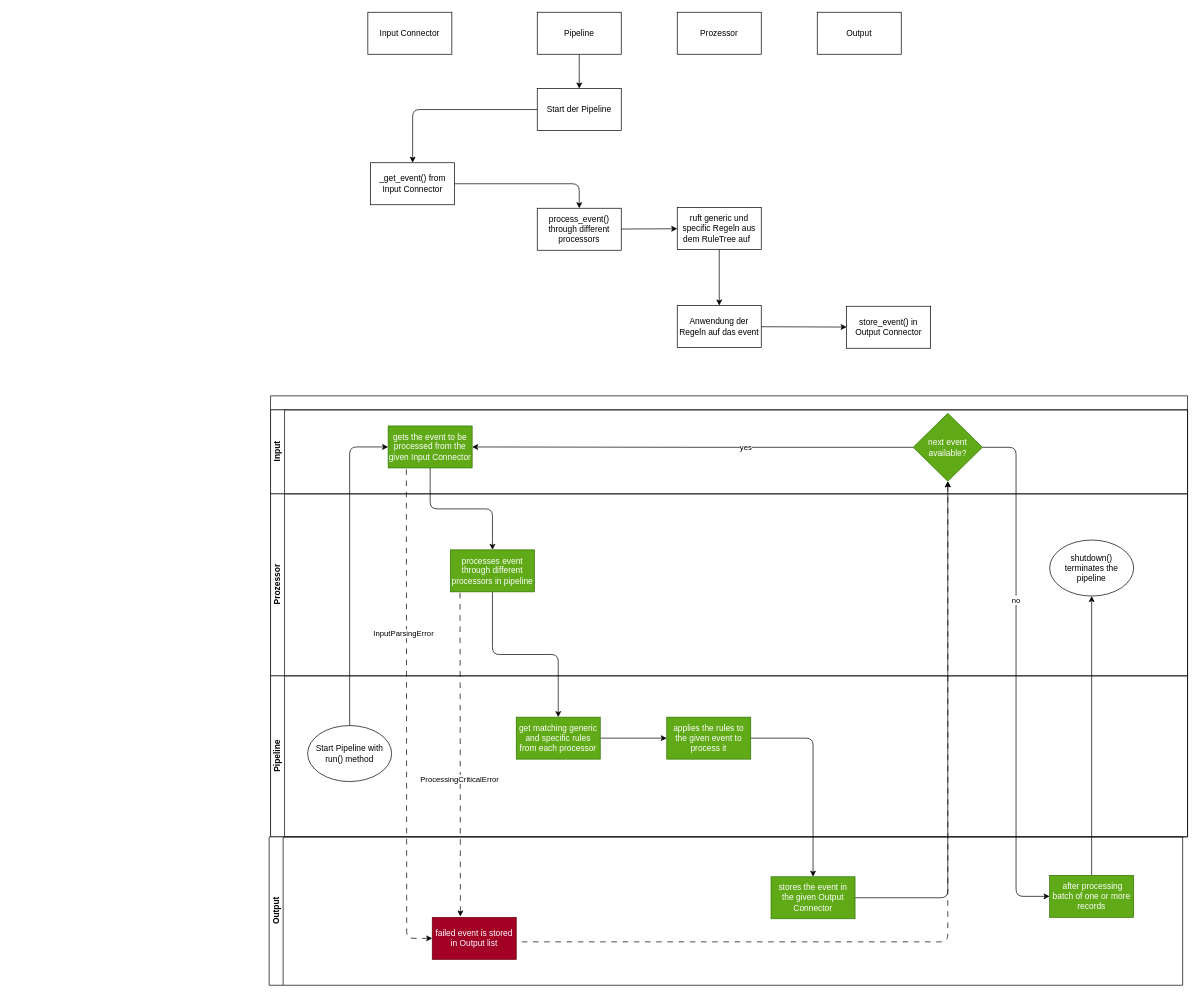
This is doc/source/development/architecture/diagramms/overview.drawio from fkie-cad/Logprep, a draw.io file, before an edit. Source tidied: cells renumbered, new cells numbered last; positions are measured from the earlier drawing's top-left corner, leaving out a move shared by most shapes. Both pictures are drawn from the tidied source at 70%, with x=0, y=0 at pixel (269, 12).
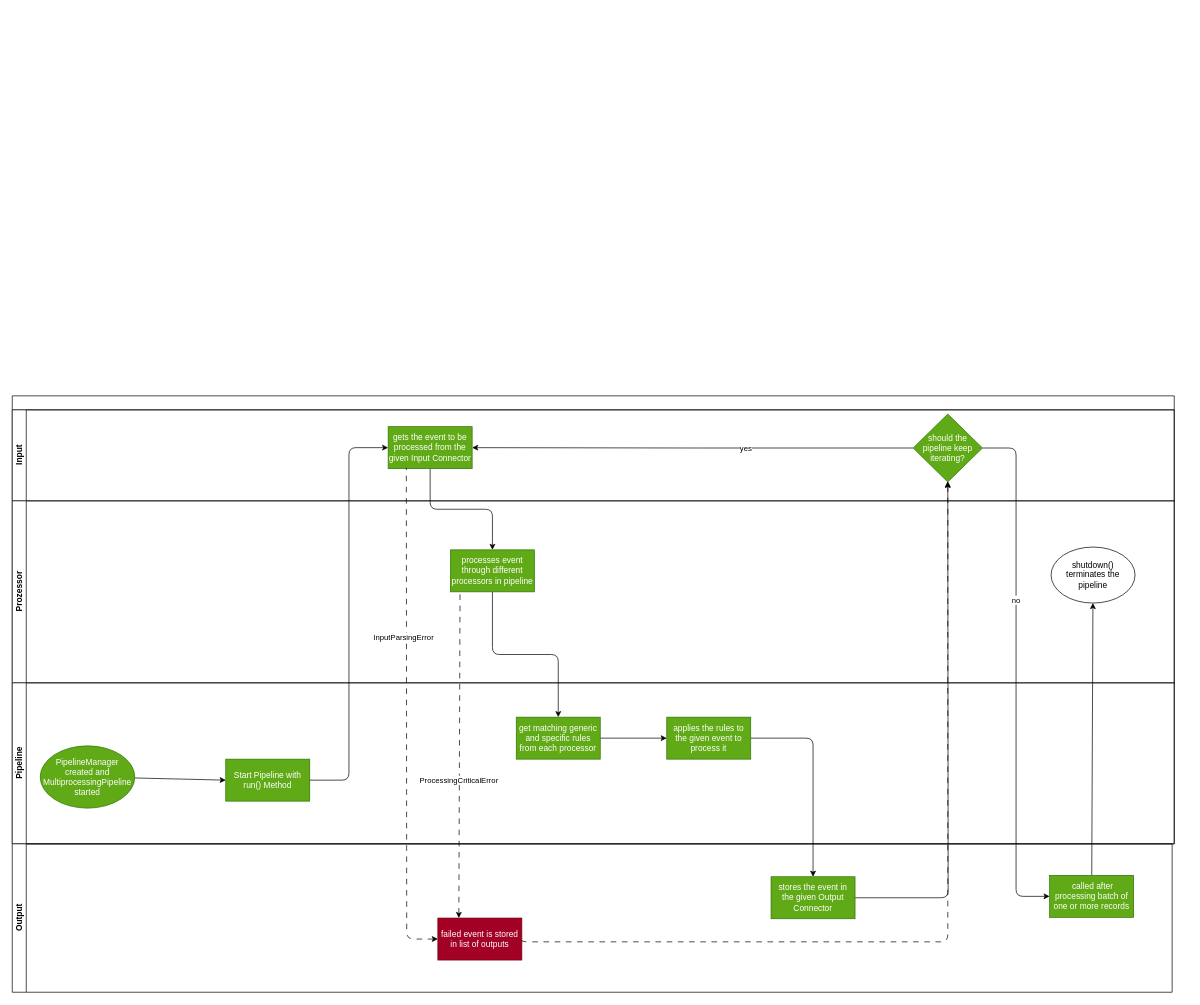
The same page after the edit.

Unchanged cells that the change refers to:
```xml
<mxCell id="38" value="stores the event in the given Output Connector" style="whiteSpace=wrap;html=1;fillColor=#60a917;fontColor=#ffffff;strokeColor=#2D7600;" parent="1" vertex="1">
  <mxGeometry x="717" y="1235" width="120" height="60" as="geometry" />
</mxCell>
```

Diff of the diagram source:
```diff
@@
-    <mxCell id="2" style="edgeStyle=orthogonalEdgeStyle;html=1;elbow=vertical;startArrow=none;endArrow=classic;endFill=1;exitX=0;exitY=0.5;exitDx=0;exitDy=0;" parent="1" edge="1" source="17" target="6">
-      <mxGeometry relative="1" as="geometry" />
-    </mxCell>
-    <mxCell id="3" style="edgeStyle=elbowEdgeStyle;html=1;elbow=vertical;startArrow=none;endArrow=classic;startFill=0;endFill=1;" parent="1" edge="1" source="4" target="17">
-      <mxGeometry relative="1" as="geometry" />
-    </mxCell>
-    <mxCell id="4" value="Pipeline" style="whiteSpace=wrap;html=1;align=center;newEdgeStyle={&quot;edgeStyle&quot;:&quot;elbowEdgeStyle&quot;,&quot;startArrow&quot;:&quot;none&quot;,&quot;endArrow&quot;:&quot;none&quot;};" parent="1" vertex="1">
-      <mxGeometry x="383" width="120" height="60" as="geometry" />
-    </mxCell>
-    <mxCell id="5" style="edgeStyle=orthogonalEdgeStyle;html=1;" parent="1" edge="1" source="6" target="8">
-      <mxGeometry relative="1" as="geometry" />
-    </mxCell>
-    <mxCell id="6" value="_get_event() from Input Connector" style="whiteSpace=wrap;html=1;" parent="1" vertex="1">
-      <mxGeometry x="145" y="215" width="120" height="60" as="geometry" />
-    </mxCell>
-    <mxCell id="7" style="edgeStyle=none;html=1;" parent="1" edge="1" source="8" target="14">
-      <mxGeometry relative="1" as="geometry" />
-    </mxCell>
-    <mxCell id="8" value="process_event() through different processors" style="whiteSpace=wrap;html=1;" parent="1" vertex="1">
-      <mxGeometry x="383" y="280" width="120" height="60" as="geometry" />
-    </mxCell>
-    <mxCell id="9" value="store_event() in Output Connector" style="whiteSpace=wrap;html=1;" parent="1" vertex="1">
-      <mxGeometry x="825" y="420" width="120" height="60" as="geometry" />
-    </mxCell>
-    <mxCell id="10" value="Input Connector" style="whiteSpace=wrap;html=1;align=center;newEdgeStyle={&quot;edgeStyle&quot;:&quot;elbowEdgeStyle&quot;,&quot;startArrow&quot;:&quot;none&quot;,&quot;endArrow&quot;:&quot;none&quot;};" parent="1" vertex="1">
-      <mxGeometry x="141" width="120" height="60" as="geometry" />
-    </mxCell>
-    <mxCell id="11" value="Prozessor" style="whiteSpace=wrap;html=1;" parent="1" vertex="1">
-      <mxGeometry x="583" width="120" height="60" as="geometry" />
-    </mxCell>
-    <mxCell id="12" value="Output" style="whiteSpace=wrap;html=1;" parent="1" vertex="1">
-      <mxGeometry x="783" width="120" height="60" as="geometry" />
-    </mxCell>
-    <mxCell id="13" style="edgeStyle=none;html=1;" parent="1" edge="1" source="14" target="16">
-      <mxGeometry relative="1" as="geometry" />
-    </mxCell>
-    <mxCell id="14" value="ruft generic und specific Regeln aus dem RuleTree auf&amp;nbsp;&amp;nbsp;" style="whiteSpace=wrap;html=1;" parent="1" vertex="1">
-      <mxGeometry x="583" y="279" width="120" height="60" as="geometry" />
-    </mxCell>
-    <mxCell id="15" style="edgeStyle=none;html=1;" parent="1" edge="1" source="16" target="9">
-      <mxGeometry relative="1" as="geometry" />
-    </mxCell>
-    <mxCell id="16" value="Anwendung der Regeln auf das event" style="whiteSpace=wrap;html=1;" parent="1" vertex="1">
-      <mxGeometry x="583" y="419" width="120" height="60" as="geometry" />
-    </mxCell>
-    <mxCell id="17" value="Start der Pipeline" style="whiteSpace=wrap;html=1;" parent="1" vertex="1">
-      <mxGeometry x="383" y="109" width="120" height="60" as="geometry" />
-    </mxCell>
     <mxCell id="18" value="&lt;br&gt;" style="swimlane;horizontal=1;startSize=20;html=1;" parent="1" vertex="1">
-      <mxGeometry x="2" y="548" width="1310" height="630" as="geometry" />
+      <mxGeometry x="-367" y="548" width="1660" height="640" as="geometry" />
     </mxCell>
     <mxCell id="19" value="Input" style="swimlane;startSize=20;horizontal=0;html=1;" parent="18" vertex="1">
-      <mxGeometry y="20" width="1310" height="120" as="geometry" />
+      <mxGeometry y="20" width="1660" height="130" as="geometry" />
     </mxCell>
-    <mxCell id="20" value="next event available?" style="rhombus;whiteSpace=wrap;html=1;fillColor=#60a917;fontColor=#ffffff;strokeColor=#2D7600;" parent="19" vertex="1">
-      <mxGeometry x="918" y="5" width="99" height="97" as="geometry" />
+    <mxCell id="20" value="should the pipeline keep iterating?" style="rhombus;whiteSpace=wrap;html=1;fillColor=#60a917;fontColor=#ffffff;strokeColor=#2D7600;" parent="19" vertex="1">
+      <mxGeometry x="1287" y="6" width="99" height="97" as="geometry" />
     </mxCell>
     <mxCell id="21" value="Prozessor" style="swimlane;startSize=20;horizontal=0;html=1;" parent="18" vertex="1">
-      <mxGeometry y="140" width="1310" height="260" as="geometry" />
+      <mxGeometry y="150" width="1660" height="260" as="geometry" />
     </mxCell>
     <mxCell id="22" value="Pipeline" style="swimlane;startSize=20;horizontal=0;html=1;" parent="18" vertex="1">
-      <mxGeometry y="400" width="1310" height="230" as="geometry" />
+      <mxGeometry y="410" width="1660" height="230" as="geometry" />
     </mxCell>
+    <mxCell id="49" style="edgeStyle=none;html=1;entryX=0;entryY=0.5;entryDx=0;entryDy=0;" parent="22" edge="1" source="23" target="50">
+      <mxGeometry relative="1" as="geometry" />
+    </mxCell>
-    <mxCell id="23" value="Start Pipeline with run() method" style="ellipse;whiteSpace=wrap;html=1;rounded=1;shadow=0;glass=0;sketch=0;" parent="22" vertex="1">
-      <mxGeometry x="53" y="71" width="120" height="80" as="geometry" />
+    <mxCell id="23" value="PipelineManager created and MultiprocessingPipeline started" style="ellipse;whiteSpace=wrap;html=1;rounded=1;shadow=0;glass=0;sketch=0;fillColor=#60a917;fontColor=#ffffff;strokeColor=#2D7600;" parent="22" vertex="1">
+      <mxGeometry x="40" y="90" width="135" height="89" as="geometry" />
     </mxCell>
+    <mxCell id="50" value="Start Pipeline with run() Method" style="rounded=0;whiteSpace=wrap;html=1;fillColor=#60a917;fontColor=#ffffff;strokeColor=#2D7600;" parent="22" vertex="1">
+      <mxGeometry x="305" y="109" width="120" height="60" as="geometry" />
+    </mxCell>
     <mxCell id="24" value="Output" style="swimlane;startSize=20;horizontal=0;html=1;" parent="1" vertex="1">
-      <mxGeometry y="1178" width="1305" height="212" as="geometry" />
+      <mxGeometry x="-367" y="1188" width="1657" height="212" as="geometry" />
     </mxCell>
     <mxCell id="25" value="shutdown() terminates the pipeline" style="ellipse;whiteSpace=wrap;html=1;rounded=1;shadow=0;glass=0;sketch=0;" parent="24" vertex="1">
-      <mxGeometry x="1115" y="-424" width="120" height="80" as="geometry" />
+      <mxGeometry x="1484" y="-424" width="120" height="80" as="geometry" />
     </mxCell>
-    <mxCell id="26" value="failed event is stored in Output list" style="whiteSpace=wrap;html=1;fillColor=#a20025;strokeColor=#6F0000;fontColor=#ffffff;" parent="24" vertex="1">
-      <mxGeometry x="233" y="115" width="120" height="60" as="geometry" />
+    <mxCell id="26" value="failed event is stored in list of outputs" style="whiteSpace=wrap;html=1;fillColor=#a20025;strokeColor=#6F0000;fontColor=#ffffff;" parent="24" vertex="1">
+      <mxGeometry x="608" y="106" width="120" height="60" as="geometry" />
     </mxCell>
-    <mxCell id="27" style="edgeStyle=orthogonalEdgeStyle;html=1;entryX=0;entryY=0.5;entryDx=0;entryDy=0;exitX=0.5;exitY=0;exitDx=0;exitDy=0;" parent="1" edge="1" source="23" target="29">
+    <mxCell id="27" style="edgeStyle=orthogonalEdgeStyle;html=1;entryX=0;entryY=0.5;entryDx=0;entryDy=0;exitX=1;exitY=0.5;exitDx=0;exitDy=0;" parent="1" edge="1" source="50" target="29">
       <mxGeometry relative="1" as="geometry" />
     </mxCell>
@@
     <mxCell id="29" value="gets the event to be processed from the given Input Connector" style="whiteSpace=wrap;html=1;fillColor=#60a917;fontColor=#ffffff;strokeColor=#2D7600;" parent="1" vertex="1">
-      <mxGeometry x="170" y="591" width="120" height="60" as="geometry" />
+      <mxGeometry x="170" y="592" width="120" height="60" as="geometry" />
     </mxCell>
@@
-    <mxCell id="36" style="edgeStyle=orthogonalEdgeStyle;html=1;entryX=0.5;entryY=1;entryDx=0;entryDy=0;" parent="1" edge="1" source="38" target="20">
-      <mxGeometry relative="1" as="geometry" />
+    <mxCell id="36" style="edgeStyle=orthogonalEdgeStyle;html=1;entryX=0.5;entryY=1;entryDx=0;entryDy=0;" parent="1" edge="1" source="38">
+      <mxGeometry relative="1" as="geometry">
+        <mxPoint x="969.5" y="670" as="targetPoint" />
+      </mxGeometry>
     </mxCell>
-    <mxCell id="37" style="edgeStyle=orthogonalEdgeStyle;html=1;endArrow=none;endFill=0;startArrow=classic;startFill=1;exitX=0.5;exitY=1;exitDx=0;exitDy=0;dashed=1;dashPattern=8 8;" parent="1" edge="1" source="20" target="26">
+    <mxCell id="37" style="edgeStyle=orthogonalEdgeStyle;html=1;endArrow=none;endFill=0;startArrow=classic;startFill=1;dashed=1;dashPattern=8 8;entryX=1;entryY=0.5;entryDx=0;entryDy=0;" parent="1" edge="1" source="20" target="26">
       <mxGeometry relative="1" as="geometry">
         <Array as="points">
-          <mxPoint x="970" y="1328" />
+          <mxPoint x="969" y="1328" />
+          <mxPoint x="361" y="1328" />
         </Array>
       </mxGeometry>
     </mxCell>
@@
-    <mxCell id="39" style="edgeStyle=orthogonalEdgeStyle;html=1;entryX=1;entryY=0.5;entryDx=0;entryDy=0;" parent="1" edge="1" source="20" target="29">
+    <mxCell id="39" style="edgeStyle=orthogonalEdgeStyle;html=1;entryX=1;entryY=0.5;entryDx=0;entryDy=0;exitX=0;exitY=0.5;exitDx=0;exitDy=0;" parent="1" edge="1" source="20" target="29">
       <mxGeometry relative="1" as="geometry" />
     </mxCell>
@@
-    <mxCell id="43" style="html=1;startArrow=classic;startFill=1;endArrow=none;endFill=0;entryX=0.156;entryY=1;entryDx=0;entryDy=0;entryPerimeter=0;exitX=0.335;exitY=-0.021;exitDx=0;exitDy=0;exitPerimeter=0;dashed=1;dashPattern=8 8;" parent="1" edge="1" source="26">
+    <mxCell id="43" style="html=1;startArrow=classic;startFill=1;endArrow=none;endFill=0;entryX=0.156;entryY=1;entryDx=0;entryDy=0;entryPerimeter=0;exitX=0.25;exitY=0;exitDx=0;exitDy=0;dashed=1;dashPattern=8 8;" parent="1" edge="1" source="26">
       <mxGeometry relative="1" as="geometry">
         <mxPoint x="272.7" y="828" as="targetPoint" />
       </mxGeometry>
     </mxCell>
@@
-    <mxCell id="48" value="&amp;nbsp;after processing batch of one or more records" style="rounded=0;whiteSpace=wrap;html=1;fillColor=#60a917;fontColor=#ffffff;strokeColor=#2D7600;" parent="1" vertex="1">
+    <mxCell id="48" value="&amp;nbsp;called after processing batch of one or more records" style="rounded=0;whiteSpace=wrap;html=1;fillColor=#60a917;fontColor=#ffffff;strokeColor=#2D7600;" parent="1" vertex="1">
       <mxGeometry x="1115" y="1233" width="120" height="60" as="geometry" />
     </mxCell>
```
